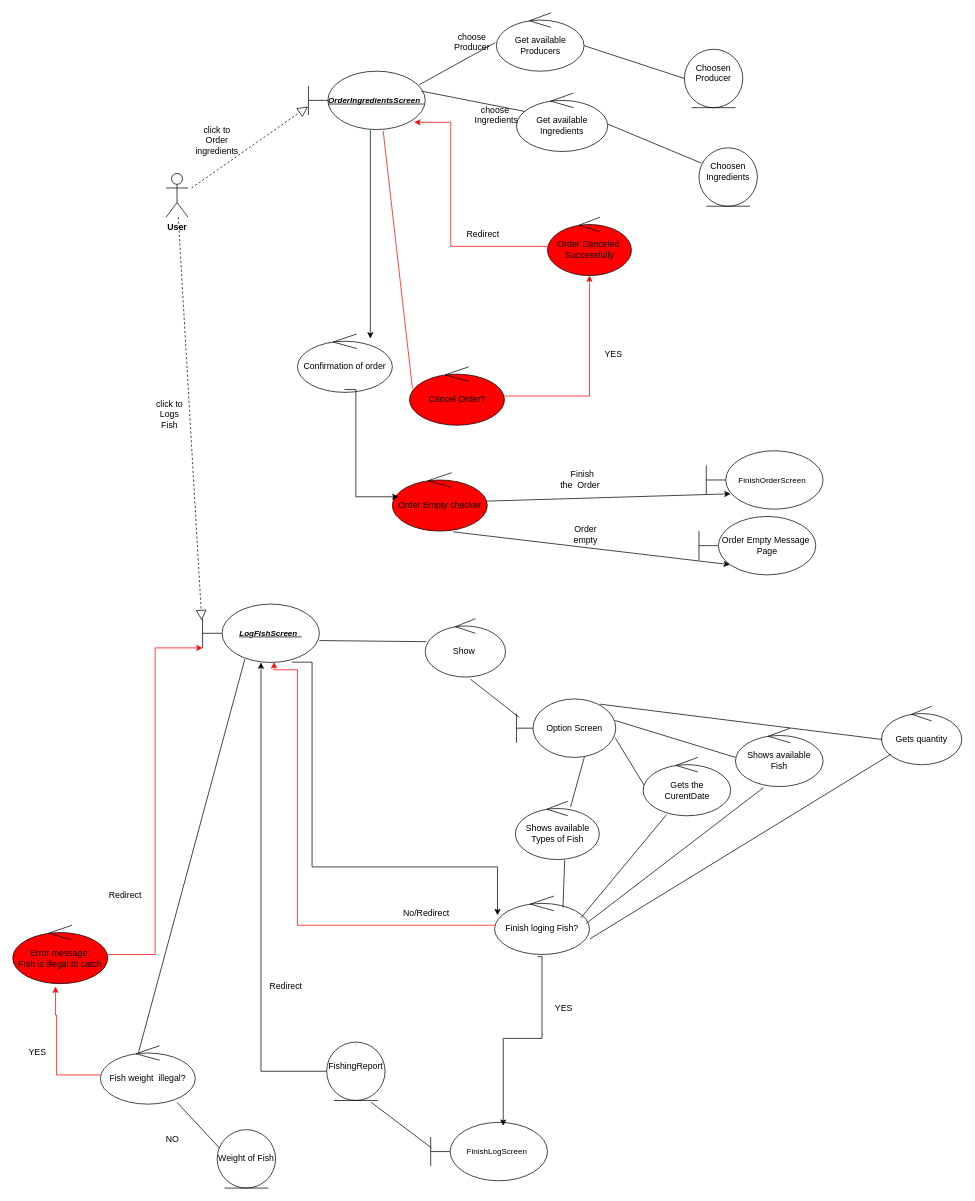
The draw.io diagram page "Page-1" (1 of 2) of Robustness-Diagram-v1.0/Robustness1.0-LogsFish-OrderIngridients.drawio in TMCEID/SoftEngFishApp, before the edit. Source tidied: cells renumbered, new cells numbered last; positions are measured from the earlier drawing's top-left corner, leaving out a move shared by most shapes. Both pictures are drawn from the tidied source at 73%, with x=0, y=0 at pixel (12, 12).
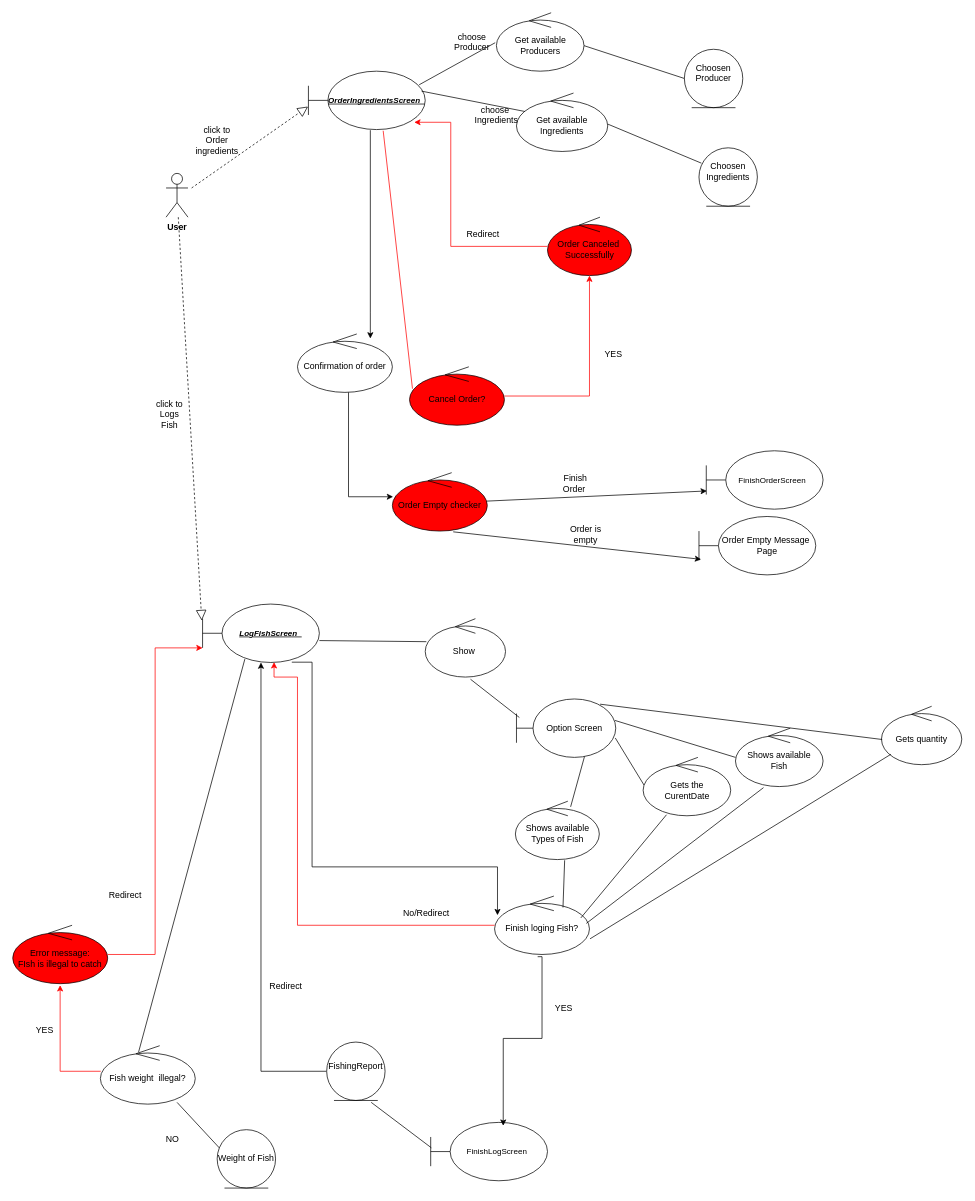
Above is the later version.

Commit message:
Kostas:Final-Update on the robustness.

The change refers to these unchanged cells:
```xml
<mxCell id="11" value="&lt;font style=&quot;font-size: 11px;&quot;&gt;FinishOrderScreen&amp;nbsp;&amp;nbsp;&lt;/font&gt;" style="shape=umlBoundary;whiteSpace=wrap;html=1;" parent="1" vertex="1">
  <mxGeometry x="950" y="600" width="160" height="80" as="geometry" />
</mxCell>
<mxCell id="12" value="Confirmation of order" style="ellipse;shape=umlControl;whiteSpace=wrap;html=1;" parent="1" vertex="1">
  <mxGeometry x="390" y="440" width="130" height="80" as="geometry" />
</mxCell>
<mxCell id="16" value="&lt;font style=&quot;font-size: 11px;&quot;&gt;&lt;b&gt;&lt;i&gt;&lt;u&gt;LogFishScreen&amp;nbsp;&amp;nbsp;&lt;/u&gt;&lt;/i&gt;&lt;/b&gt;&lt;/font&gt;" style="shape=umlBoundary;whiteSpace=wrap;html=1;" parent="1" vertex="1">
  <mxGeometry x="260" y="810" width="160" height="80" as="geometry" />
</mxCell>
<mxCell id="29" value="Finish loging Fish?" style="ellipse;shape=umlControl;whiteSpace=wrap;html=1;" parent="1" vertex="1">
  <mxGeometry x="660" y="1210" width="130" height="80" as="geometry" />
</mxCell>
<mxCell id="30" value="Fish weight&amp;nbsp; illegal?" style="ellipse;shape=umlControl;whiteSpace=wrap;html=1;" parent="1" vertex="1">
  <mxGeometry x="120" y="1415" width="130" height="80" as="geometry" />
</mxCell>
<mxCell id="48" value="Error message:&lt;br&gt;FIsh is illegal to catch" style="ellipse;shape=umlControl;whiteSpace=wrap;html=1;fillColor=#FF0000;" parent="1" vertex="1">
  <mxGeometry y="1250" width="130" height="80" as="geometry" />
</mxCell>
<mxCell id="67" value="Order Empty checker" style="ellipse;shape=umlControl;whiteSpace=wrap;html=1;fillColor=#FF0000;" parent="1" vertex="1">
  <mxGeometry x="520" y="630" width="130" height="80" as="geometry" />
</mxCell>
<mxCell id="72" value="&lt;div&gt;Order Empty Message&amp;nbsp;&lt;/div&gt;&lt;div&gt;Page&lt;/div&gt;" style="shape=umlBoundary;whiteSpace=wrap;html=1;" parent="1" vertex="1">
  <mxGeometry x="940" y="690" width="160" height="80" as="geometry" />
</mxCell>
```

What changed in the source:
```diff
@@
-    <mxCell id="14" value="&amp;nbsp;Finish the&amp;nbsp; Order&amp;nbsp;" style="text;html=1;align=center;verticalAlign=middle;whiteSpace=wrap;rounded=0;" parent="1" vertex="1">
-      <mxGeometry x="748.5" y="625" width="60" height="30" as="geometry" />
+    <mxCell id="14" value="&amp;nbsp;Finish&amp;nbsp; Order&amp;nbsp;" style="text;html=1;align=center;verticalAlign=middle;whiteSpace=wrap;rounded=0;" parent="1" vertex="1">
+      <mxGeometry x="740.5" y="630" width="60" height="30" as="geometry" />
     </mxCell>
@@
     <mxCell id="47" style="edgeStyle=orthogonalEdgeStyle;rounded=0;jettySize=auto;html=1;strokeColor=#FF0000;entryX=0.612;entryY=0.995;entryDx=0;entryDy=0;entryPerimeter=0;" parent="1" edge="1" source="29" target="16">
       <mxGeometry relative="1" as="geometry">
         <Array as="points">
           <mxPoint x="390" y="1250" />
-          <mxPoint x="390" y="900" />
-          <mxPoint x="358" y="900" />
+          <mxPoint x="390" y="910" />
+          <mxPoint x="358" y="910" />
         </Array>
       </mxGeometry>
     </mxCell>
@@
-    <mxCell id="51" style="edgeStyle=orthogonalEdgeStyle;rounded=0;jettySize=auto;html=1;entryX=0.451;entryY=1.05;entryDx=0;entryDy=0;entryPerimeter=0;strokeColor=#FF0000;" parent="1" edge="1" source="30" target="48">
-      <mxGeometry relative="1" as="geometry">
-        <Array as="points">
-          <mxPoint x="60" y="1455" />
-          <mxPoint x="60" y="1373" />
-          <mxPoint x="59" y="1373" />
-        </Array>
-      </mxGeometry>
-    </mxCell>
     <mxCell id="52" value="&lt;div style=&quot;text-align: center;&quot;&gt;YES&lt;/div&gt;" style="text;whiteSpace=wrap;html=1;" parent="1" vertex="1">
-      <mxGeometry x="20" y="1410" width="50" height="30" as="geometry" />
+      <mxGeometry x="30" y="1380" width="30" height="30" as="geometry" />
     </mxCell>
@@
-    <mxCell id="68" style="edgeStyle=orthogonalEdgeStyle;rounded=0;jettySize=auto;html=1;exitX=0.495;exitY=0.95;exitDx=0;exitDy=0;exitPerimeter=0;entryX=0.064;entryY=0.413;entryDx=0;entryDy=0;entryPerimeter=0;" parent="1" edge="1" source="12" target="67">
+    <mxCell id="68" style="edgeStyle=orthogonalEdgeStyle;rounded=0;jettySize=auto;html=1;exitX=0.538;exitY=1;exitDx=0;exitDy=0;exitPerimeter=0;" parent="1" edge="1" source="12" target="67">
       <mxGeometry relative="1" as="geometry">
         <Array as="points">
-          <mxPoint x="470" y="516" />
-          <mxPoint x="470" y="663" />
+          <mxPoint x="460" y="663" />
         </Array>
       </mxGeometry>
     </mxCell>
-    <mxCell id="69" style="rounded=0;jettySize=auto;html=1;exitX=0.995;exitY=0.487;exitDx=0;exitDy=0;exitPerimeter=0;entryX=0.208;entryY=0.737;entryDx=0;entryDy=0;entryPerimeter=0;" parent="1" edge="1" source="67" target="11">
+    <mxCell id="69" style="rounded=0;jettySize=auto;html=1;exitX=0.995;exitY=0.487;exitDx=0;exitDy=0;exitPerimeter=0;entryX=0.005;entryY=0.688;entryDx=0;entryDy=0;entryPerimeter=0;" parent="1" edge="1" source="67" target="11">
       <mxGeometry relative="1" as="geometry" />
     </mxCell>
-    <mxCell id="70" value="Order empty" style="text;html=1;align=center;verticalAlign=middle;whiteSpace=wrap;rounded=0;" parent="1" vertex="1">
+    <mxCell id="70" value="Order is empty" style="text;html=1;align=center;verticalAlign=middle;whiteSpace=wrap;rounded=0;" parent="1" vertex="1">
       <mxGeometry x="755" y="700" width="60" height="30" as="geometry" />
     </mxCell>
-    <mxCell id="71" style="rounded=0;jettySize=auto;html=1;exitX=0.641;exitY=1.013;exitDx=0;exitDy=0;exitPerimeter=0;entryX=0.265;entryY=0.825;entryDx=0;entryDy=0;entryPerimeter=0;" parent="1" edge="1" source="67" target="72">
+    <mxCell id="71" style="rounded=0;jettySize=auto;html=1;exitX=0.641;exitY=1.013;exitDx=0;exitDy=0;exitPerimeter=0;entryX=0.018;entryY=0.734;entryDx=0;entryDy=0;entryPerimeter=0;" parent="1" edge="1" source="67" target="72">
       <mxGeometry relative="1" as="geometry" />
     </mxCell>
@@
+    <mxCell id="51" style="edgeStyle=orthogonalEdgeStyle;rounded=0;jettySize=auto;html=1;entryX=0.499;entryY=1.026;entryDx=0;entryDy=0;entryPerimeter=0;fillColor=light-dark(#FF0000,#CC0000);strokeColor=light-dark(#FF0000,#CC0000);" parent="1" edge="1" source="30" target="48">
+      <mxGeometry relative="1" as="geometry">
+        <Array as="points">
+          <mxPoint x="65" y="1450" />
+        </Array>
+      </mxGeometry>
+    </mxCell>
```
